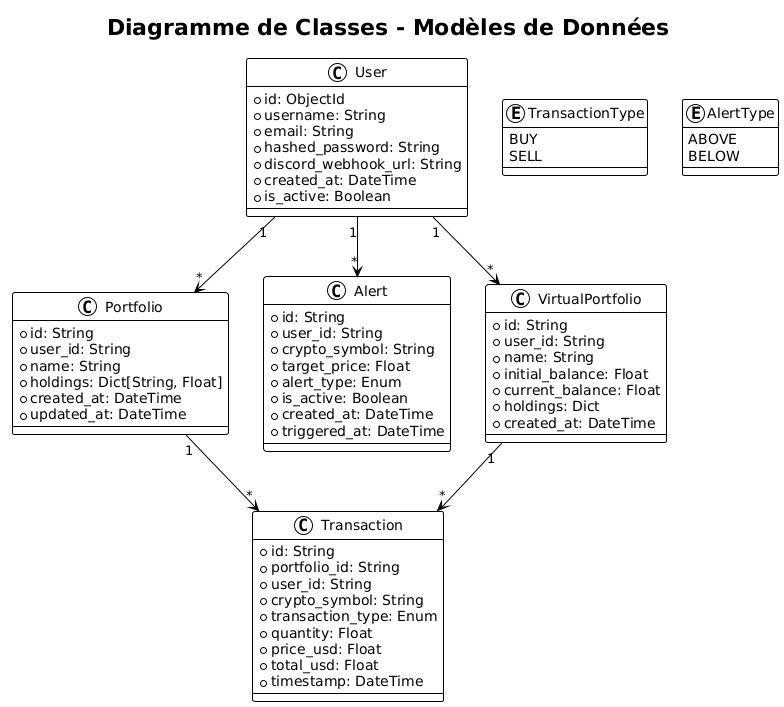
This is Docs/Diagramme de Classes (Modèles).png from kebdanisouhila218-beep/cryptocurrency-monitoring-platform, a PlantUML export, as it was before one commit.
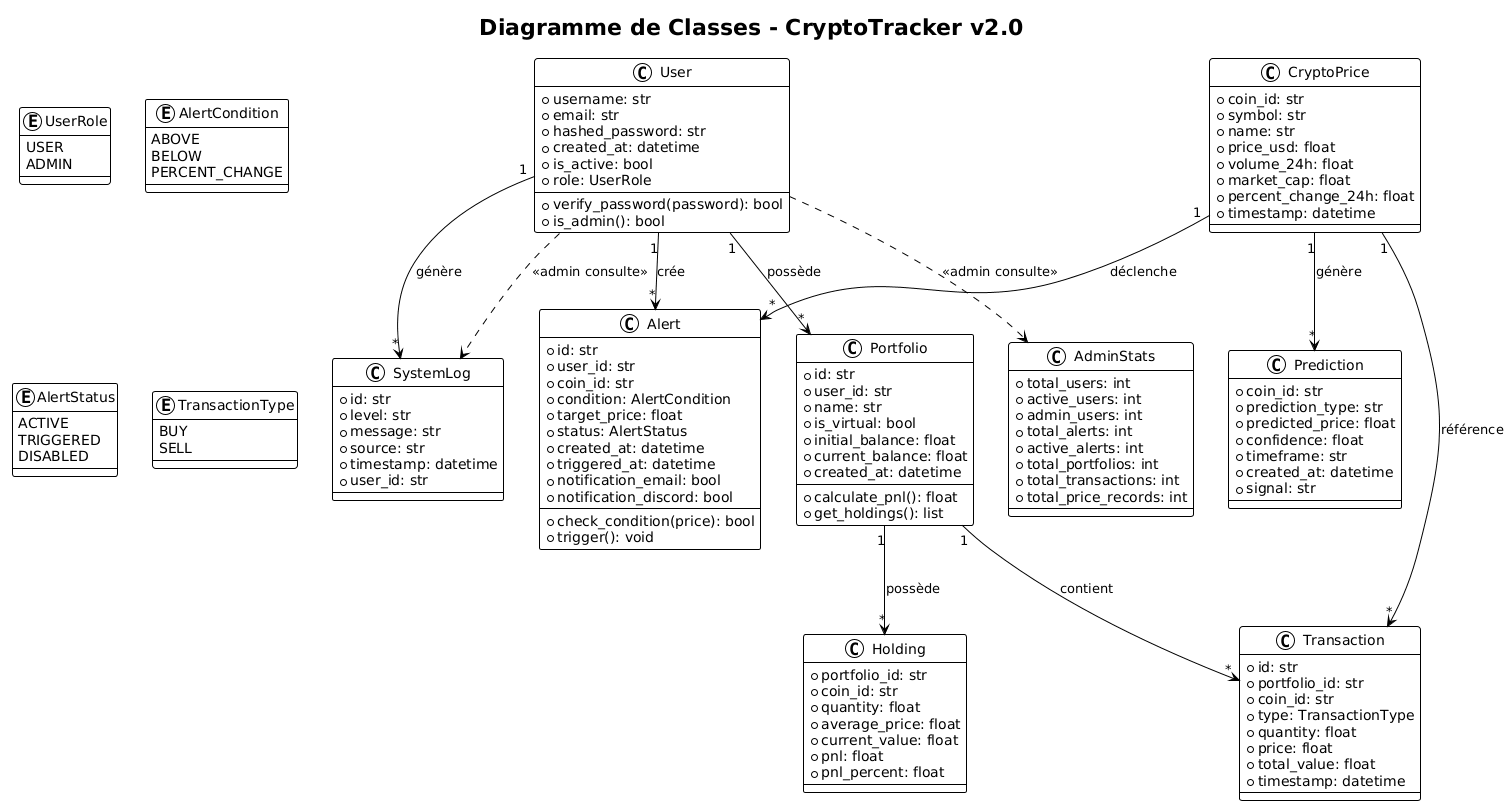
After the change.

Commit message:
Diagramme UML

Diff of the diagram source:
```diff
@@ -1,57 +1,22 @@
 @startuml
 !theme plain
-title Diagramme de Classes - Modèles de Données
+title Diagramme de Classes - CryptoTracker v2.0
 
-class User {
-  +id: ObjectId
-  +username: String
-  +email: String
-  +hashed_password: String
-  +discord_webhook_url: String
-  +created_at: DateTime
-  +is_active: Boolean
+enum UserRole {
+  USER
+  ADMIN
 }
 
-class Portfolio {
-  +id: String
-  +user_id: String
-  +name: String
-  +holdings: Dict[String, Float]
-  +created_at: DateTime
-  +updated_at: DateTime
+enum AlertCondition {
+  ABOVE
+  BELOW
+  PERCENT_CHANGE
 }
 
-class Transaction {
-  +id: String
-  +portfolio_id: String
-  +user_id: String
-  +crypto_symbol: String
-  +transaction_type: Enum
-  +quantity: Float
-  +price_usd: Float
-  +total_usd: Float
-  +timestamp: DateTime
-}
-
-class Alert {
-  +id: String
-  +user_id: String
-  +crypto_symbol: String
-  +target_price: Float
-  +alert_type: Enum
-  +is_active: Boolean
-  +created_at: DateTime
-  +triggered_at: DateTime
-}
-
-class VirtualPortfolio {
-  +id: String
-  +user_id: String
-  +name: String
-  +initial_balance: Float
-  +current_balance: Float
-  +holdings: Dict
-  +created_at: DateTime
+enum AlertStatus {
+  ACTIVE
+  TRIGGERED
+  DISABLED
 }
 
 enum TransactionType {
@@ -59,14 +24,118 @@
   SELL
 }
 
-enum AlertType {
-  ABOVE
-  BELOW
+class User {
+  +username: str
+  +email: str
+  +hashed_password: str
+  +created_at: datetime
+  +is_active: bool
+  +role: UserRole
+  --
+  +verify_password(password): bool
+  +is_admin(): bool
 }
 
-User "1" --> "*" Portfolio
-User "1" --> "*" Alert
-User "1" --> "*" VirtualPortfolio
-Portfolio "1" --> "*" Transaction
-VirtualPortfolio "1" --> "*" Transaction
+class CryptoPrice {
+  +coin_id: str
+  +symbol: str
+  +name: str
+  +price_usd: float
+  +volume_24h: float
+  +market_cap: float
+  +percent_change_24h: float
+  +timestamp: datetime
+}
+
+class Alert {
+  +id: str
+  +user_id: str
+  +coin_id: str
+  +condition: AlertCondition
+  +target_price: float
+  +status: AlertStatus
+  +created_at: datetime
+  +triggered_at: datetime
+  +notification_email: bool
+  +notification_discord: bool
+  --
+  +check_condition(price): bool
+  +trigger(): void
+}
+
+class Portfolio {
+  +id: str
+  +user_id: str
+  +name: str
+  +is_virtual: bool
+  +initial_balance: float
+  +current_balance: float
+  +created_at: datetime
+  --
+  +calculate_pnl(): float
+  +get_holdings(): list
+}
+
+class Transaction {
+  +id: str
+  +portfolio_id: str
+  +coin_id: str
+  +type: TransactionType
+  +quantity: float
+  +price: float
+  +total_value: float
+  +timestamp: datetime
+}
+
+class Holding {
+  +portfolio_id: str
+  +coin_id: str
+  +quantity: float
+  +average_price: float
+  +current_value: float
+  +pnl: float
+  +pnl_percent: float
+}
+
+class Prediction {
+  +coin_id: str
+  +prediction_type: str
+  +predicted_price: float
+  +confidence: float
+  +timeframe: str
+  +created_at: datetime
+  +signal: str
+}
+
+class AdminStats {
+  +total_users: int
+  +active_users: int
+  +admin_users: int
+  +total_alerts: int
+  +active_alerts: int
+  +total_portfolios: int
+  +total_transactions: int
+  +total_price_records: int
+}
+
+class SystemLog {
+  +id: str
+  +level: str
+  +message: str
+  +source: str
+  +timestamp: datetime
+  +user_id: str
+}
+
+User "1" --> "*" Alert : crée
+User "1" --> "*" Portfolio : possède
+User "1" --> "*" SystemLog : génère
+Portfolio "1" --> "*" Transaction : contient
+Portfolio "1" --> "*" Holding : possède
+CryptoPrice "1" --> "*" Alert : déclenche
+CryptoPrice "1" --> "*" Prediction : génère
+CryptoPrice "1" --> "*" Transaction : référence
+
+User ..> AdminStats : <<admin consulte>>
+User ..> SystemLog : <<admin consulte>>
 @enduml
```
